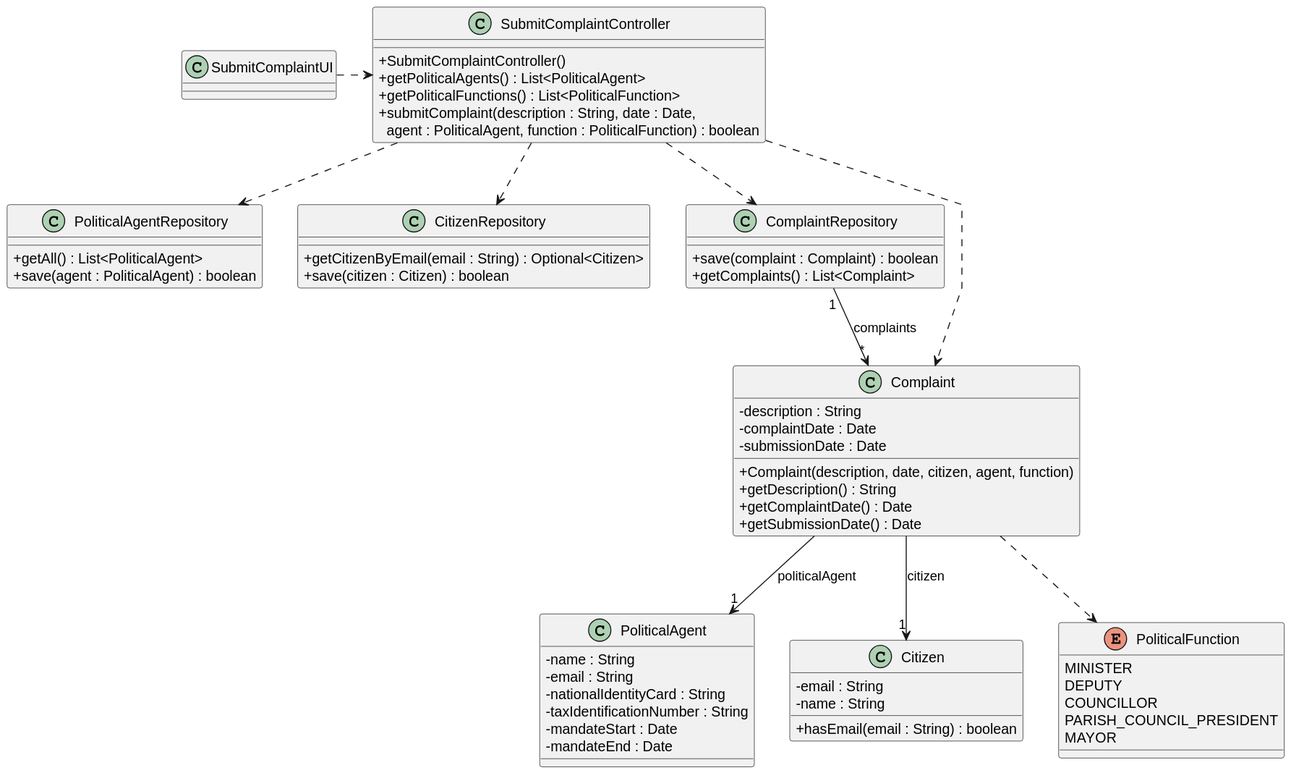
This is docs/system-documentation/US12/03.design/svg/US12-CD.svg from brunodspinto/crystal-clear-platform, a PlantUML export, as it was before one commit. Source of this version:
```plantuml
@startuml
skinparam packageStyle rectangle
skinparam shadowing false
skinparam linetype polyline
skinparam classAttributeIconSize 0

class SubmitComplaintUI {
}

class SubmitComplaintController {
    + SubmitComplaintController()
    + getPoliticalAgents() : List<PoliticalAgent>
    + getPoliticalFunctions() : List<PoliticalFunction>
    + submitComplaint(description : String, date : Date,\n  agent : PoliticalAgent, function : PoliticalFunction) : boolean
}



class PoliticalAgentRepository {
    + getAll() : List<PoliticalAgent>
    + save(agent : PoliticalAgent) : boolean
}

class CitizenRepository {
    + getCitizenByEmail(email : String) : Optional<Citizen>
    + save(citizen : Citizen) : boolean
}

class ComplaintRepository {
    + save(complaint : Complaint) : boolean
    + getComplaints() : List<Complaint>
}

class Complaint {
    - description : String
    - complaintDate : Date
    - submissionDate : Date
    + Complaint(description, date, citizen, agent, function)
    + getDescription() : String
    + getComplaintDate() : Date
    + getSubmissionDate() : Date
}

class PoliticalAgent {
    - name : String
    - email : String
    - nationalIdentityCard : String
    - taxIdentificationNumber : String
    - mandateStart : Date
    - mandateEnd : Date
}

class Citizen {
    - email : String
    - name : String
    + hasEmail(email : String) : boolean
}

enum PoliticalFunction {
    MINISTER
    DEPUTY
    COUNCILLOR
    PARISH_COUNCIL_PRESIDENT
    MAYOR
}

SubmitComplaintUI .> SubmitComplaintController

SubmitComplaintController ..> PoliticalAgentRepository
SubmitComplaintController ..> CitizenRepository
SubmitComplaintController ..> ComplaintRepository
SubmitComplaintController ..> Complaint

ComplaintRepository "1" --> "*" Complaint : complaints

Complaint --> "1" Citizen : citizen
Complaint --> "1" PoliticalAgent : politicalAgent
Complaint ..> PoliticalFunction
@enduml
```
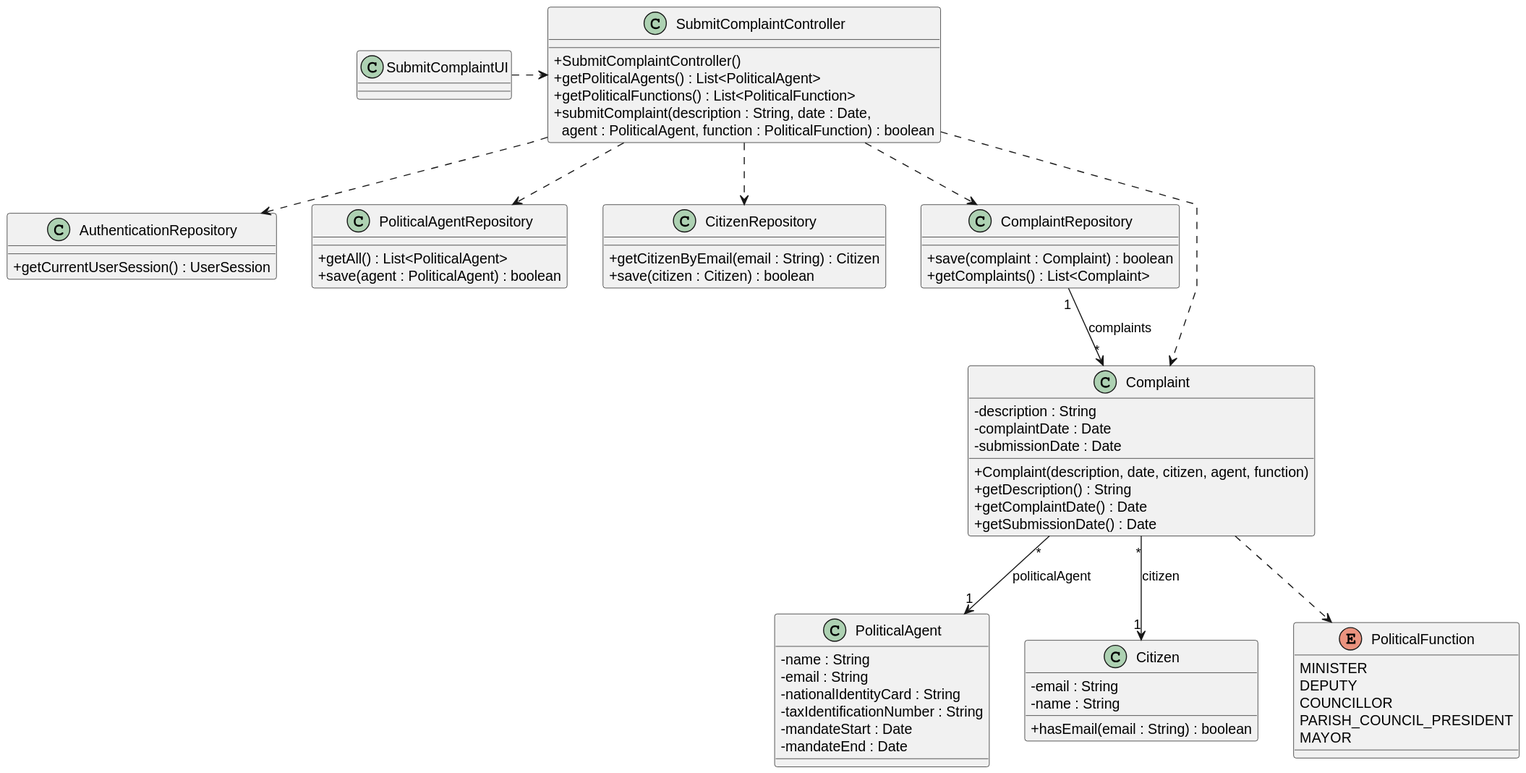
Later version of the same file.

What changed in the source:
```diff
@@ -14,6 +14,10 @@
     + submitComplaint(description : String, date : Date,\n  agent : PoliticalAgent, function : PoliticalFunction) : boolean
 }
 
+class AuthenticationRepository {
+    + getCurrentUserSession() : UserSession
+}
+
 
 
 class PoliticalAgentRepository {
@@ -22,7 +26,7 @@
 }
 
 class CitizenRepository {
-    + getCitizenByEmail(email : String) : Optional<Citizen>
+    + getCitizenByEmail(email : String) : Citizen
     + save(citizen : Citizen) : boolean
 }
 
@@ -69,11 +73,12 @@
 SubmitComplaintController ..> PoliticalAgentRepository
 SubmitComplaintController ..> CitizenRepository
 SubmitComplaintController ..> ComplaintRepository
+SubmitComplaintController ..> AuthenticationRepository
 SubmitComplaintController ..> Complaint
 
 ComplaintRepository "1" --> "*" Complaint : complaints
 
-Complaint --> "1" Citizen : citizen
-Complaint --> "1" PoliticalAgent : politicalAgent
+Complaint "*" --> "1" Citizen : citizen
+Complaint "*" --> "1" PoliticalAgent : politicalAgent
 Complaint ..> PoliticalFunction
 @enduml
```
